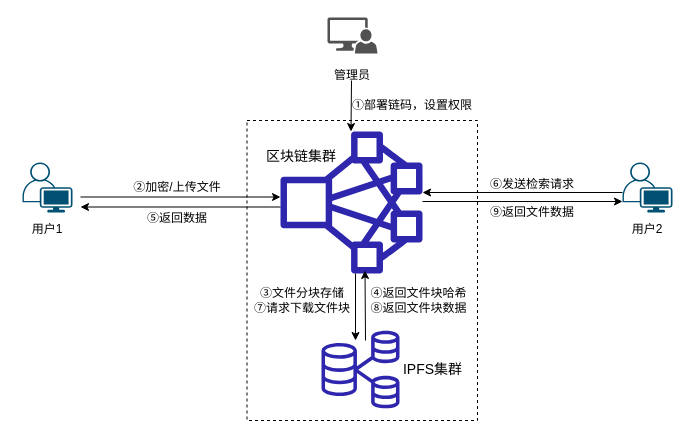
Before: ipfsmodel.drawio in DingAllen/2022-leetcode, a draw.io diagram. Source tidied: cells renumbered, new cells numbered last; positions are measured from the earlier drawing's top-left corner, leaving out a move shared by most shapes. Both pictures are drawn from the tidied source at 100%, with x=0, y=0 at pixel (17, 17).
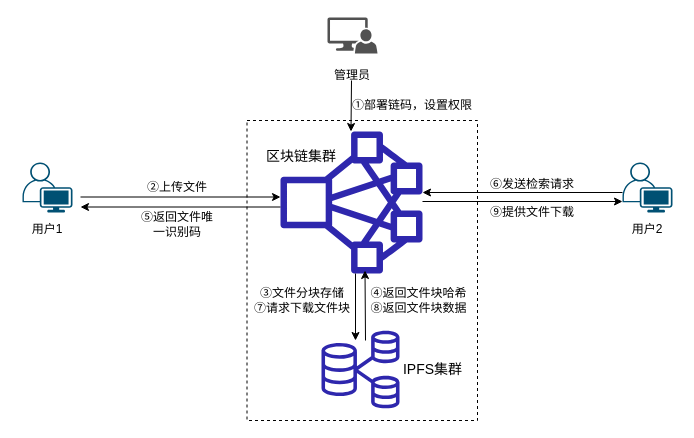
Above is the later version.

Change to the diagram source:
```diff
@@
-    <mxCell id="16" value="②加密/上传文件" style="text;html=1;strokeColor=none;fillColor=none;align=center;verticalAlign=middle;whiteSpace=wrap;rounded=0;" parent="1" vertex="1">
+    <mxCell id="16" value="②上传文件" style="text;html=1;strokeColor=none;fillColor=none;align=center;verticalAlign=middle;whiteSpace=wrap;rounded=0;" parent="1" vertex="1">
       <mxGeometry x="115" y="155" width="90" height="30" as="geometry" />
     </mxCell>
@@
-    <mxCell id="23" value="⑤返回数据" style="text;html=1;strokeColor=none;fillColor=none;align=center;verticalAlign=middle;whiteSpace=wrap;rounded=0;" parent="1" vertex="1">
-      <mxGeometry x="120" y="186" width="80" height="30" as="geometry" />
+    <mxCell id="23" value="⑤返回文件唯一识别码" style="text;html=1;strokeColor=none;fillColor=none;align=center;verticalAlign=middle;whiteSpace=wrap;rounded=0;" parent="1" vertex="1">
+      <mxGeometry x="120" y="192" width="80" height="30" as="geometry" />
     </mxCell>
@@
-    <mxCell id="25" value="⑨返回文件数据" style="text;html=1;strokeColor=none;fillColor=none;align=center;verticalAlign=middle;whiteSpace=wrap;rounded=0;" parent="1" vertex="1">
+    <mxCell id="25" value="⑨提供文件下载" style="text;html=1;strokeColor=none;fillColor=none;align=center;verticalAlign=middle;whiteSpace=wrap;rounded=0;" parent="1" vertex="1">
       <mxGeometry x="470" y="180" width="90" height="30" as="geometry" />
     </mxCell>
```
